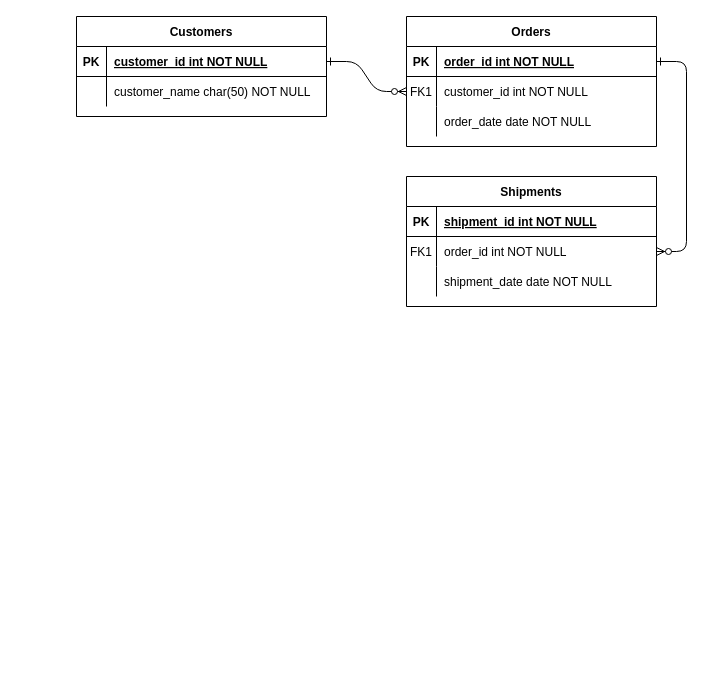
Earlier version of the draw.io diagram Database Table.drawio (MarioClaudius/akur). Source tidied: cells renumbered, new cells numbered last; positions are measured from the earlier drawing's top-left corner, leaving out a move shared by most shapes. Both pictures are drawn from the tidied source at 100%, with x=0, y=0 at pixel (76, 16).
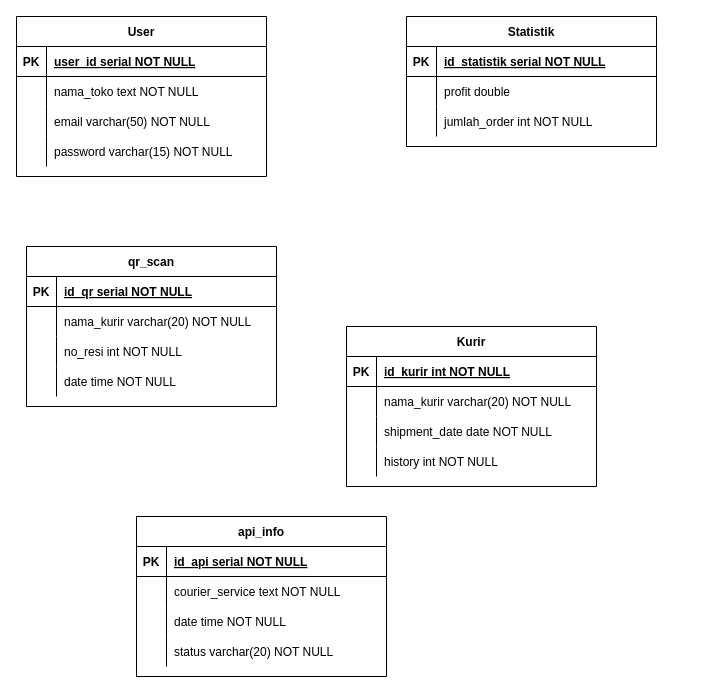
The same diagram, later.

The change refers to these unchanged cells:
```xml
<mxCell id="5" style="shape=partialRectangle;fillColor=none;points=[[0,0.5],[1,0.5]];portConstraint=eastwest;top=0;left=0;right=0;bottom=1;" parent="4" vertex="1">
  <mxGeometry y="30" width="250" height="30" as="geometry" />
</mxCell>
<mxCell id="8" style="shape=partialRectangle;fillColor=none;points=[[0,0.5],[1,0.5]];portConstraint=eastwest;top=0;left=0;right=0;bottom=0;" parent="4" vertex="1">
  <mxGeometry y="60" width="250" height="30" as="geometry" />
</mxCell>
<mxCell id="11" style="shape=partialRectangle;fillColor=none;top=0;left=0;right=0;bottom=0;" parent="4" vertex="1">
  <mxGeometry y="90" width="250" height="30" as="geometry" />
</mxCell>
<mxCell id="15" style="shape=partialRectangle;fillColor=none;top=0;left=0;right=0;bottom=1;" parent="14" vertex="1">
  <mxGeometry y="30" width="250" height="30" as="geometry" />
</mxCell>
<mxCell id="18" style="shape=partialRectangle;fillColor=none;points=[[0,0.5],[1,0.5]];portConstraint=eastwest;top=0;left=0;right=0;bottom=0;" parent="14" vertex="1">
  <mxGeometry y="60" width="250" height="30" as="geometry" />
</mxCell>
<mxCell id="25" style="shape=partialRectangle;fillColor=none;points=[[0,0.5],[1,0.5]];portConstraint=eastwest;top=0;left=0;right=0;bottom=1;" parent="24" vertex="1">
  <mxGeometry y="30" width="250" height="30" as="geometry" />
</mxCell>
<mxCell id="28" style="shape=partialRectangle;fillColor=none;top=0;left=0;right=0;bottom=0;" parent="24" vertex="1">
  <mxGeometry y="60" width="250" height="30" as="geometry" />
</mxCell>
```

Change to the diagram source:
```diff
@@
-    <mxCell id="2" style="edgeStyle=entityRelationEdgeStyle;endArrow=ERzeroToMany;startArrow=ERone;endFill=1;startFill=0;" parent="1" edge="1" source="25" target="8">
-      <mxGeometry relative="1" as="geometry" />
-    </mxCell>
-    <mxCell id="3" style="edgeStyle=entityRelationEdgeStyle;endArrow=ERzeroToMany;startArrow=ERone;endFill=1;startFill=0;" parent="1" edge="1" source="5" target="18">
-      <mxGeometry relative="1" as="geometry" />
-    </mxCell>
-    <mxCell id="4" value="Orders" style="shape=table;startSize=30;childLayout=tableLayout;rowLines=0;fontStyle=1;align=center;" parent="1" vertex="1">
+    <mxCell id="4" value="Statistik" style="shape=table;startSize=30;childLayout=tableLayout;rowLines=0;fontStyle=1;align=center;" parent="1" vertex="1">
       <mxGeometry x="330" width="250" height="130" as="geometry" />
     </mxCell>
@@
-    <mxCell id="7" value="order_id int NOT NULL " style="shape=partialRectangle;overflow=hidden;fillColor=none;top=0;left=0;bottom=0;right=0;align=left;spacingLeft=6;fontStyle=5;" parent="5" vertex="1">
+    <mxCell id="7" value="id_statistik serial NOT NULL " style="shape=partialRectangle;overflow=hidden;fillColor=none;top=0;left=0;bottom=0;right=0;align=left;spacingLeft=6;fontStyle=5;" parent="5" vertex="1">
       <mxGeometry x="30" width="220" height="30" as="geometry" />
     </mxCell>
@@
-    <mxCell id="9" value="FK1" style="shape=partialRectangle;overflow=hidden;fillColor=none;top=0;left=0;bottom=0;right=0;" parent="8" vertex="1">
+    <mxCell id="9" style="shape=partialRectangle;overflow=hidden;fillColor=none;top=0;left=0;bottom=0;right=0;" parent="8" vertex="1">
       <mxGeometry width="30" height="30" as="geometry" />
     </mxCell>
-    <mxCell id="10" value="customer_id int NOT NULL" style="shape=partialRectangle;overflow=hidden;fillColor=none;top=0;left=0;bottom=0;right=0;align=left;spacingLeft=6;" parent="8" vertex="1">
+    <mxCell id="10" value="profit double" style="shape=partialRectangle;overflow=hidden;fillColor=none;top=0;left=0;bottom=0;right=0;align=left;spacingLeft=6;" parent="8" vertex="1">
       <mxGeometry x="30" width="220" height="30" as="geometry" />
     </mxCell>
@@
-    <mxCell id="13" value="order_date date NOT NULL" style="shape=partialRectangle;overflow=hidden;fillColor=none;top=0;left=0;bottom=0;right=0;align=left;spacingLeft=6;" parent="11" vertex="1">
+    <mxCell id="13" value="jumlah_order int NOT NULL" style="shape=partialRectangle;overflow=hidden;fillColor=none;top=0;left=0;bottom=0;right=0;align=left;spacingLeft=6;" parent="11" vertex="1">
       <mxGeometry x="30" width="220" height="30" as="geometry" />
     </mxCell>
-    <mxCell id="14" value="Shipments" style="shape=table;startSize=30;childLayout=tableLayout;rowLines=0;fontStyle=1;align=center;" parent="1" vertex="1">
-      <mxGeometry x="330" y="160" width="250" height="130" as="geometry" />
+    <mxCell id="14" value="Kurir" style="shape=table;startSize=30;childLayout=tableLayout;rowLines=0;fontStyle=1;align=center;" parent="1" vertex="1">
+      <mxGeometry x="270" y="310" width="250" height="160" as="geometry" />
     </mxCell>
@@
-    <mxCell id="17" value="shipment_id int NOT NULL " style="shape=partialRectangle;overflow=hidden;fillColor=none;top=0;left=0;bottom=0;right=0;align=left;spacingLeft=6;fontStyle=5;" parent="15" vertex="1">
+    <mxCell id="17" value="id_kurir int NOT NULL" style="shape=partialRectangle;overflow=hidden;fillColor=none;top=0;left=0;bottom=0;right=0;align=left;spacingLeft=6;fontStyle=5;" parent="15" vertex="1">
       <mxGeometry x="30" width="220" height="30" as="geometry" />
     </mxCell>
@@
-    <mxCell id="19" value="FK1" style="shape=partialRectangle;overflow=hidden;fillColor=none;top=0;left=0;bottom=0;right=0;" parent="18" vertex="1">
+    <mxCell id="19" style="shape=partialRectangle;overflow=hidden;fillColor=none;top=0;left=0;bottom=0;right=0;" parent="18" vertex="1">
       <mxGeometry width="30" height="30" as="geometry" />
     </mxCell>
-    <mxCell id="20" value="order_id int NOT NULL" style="shape=partialRectangle;overflow=hidden;fillColor=none;top=0;left=0;bottom=0;right=0;align=left;spacingLeft=6;" parent="18" vertex="1">
+    <mxCell id="20" value="nama_kurir varchar(20) NOT NULL" style="shape=partialRectangle;overflow=hidden;fillColor=none;top=0;left=0;bottom=0;right=0;align=left;spacingLeft=6;" parent="18" vertex="1">
       <mxGeometry x="30" width="220" height="30" as="geometry" />
     </mxCell>
@@
+    <mxCell id="31" style="shape=partialRectangle;fillColor=none;top=0;left=0;right=0;bottom=0;" parent="14" vertex="1">
+      <mxGeometry y="120" width="250" height="30" as="geometry" />
+    </mxCell>
+    <mxCell id="32" style="shape=partialRectangle;overflow=hidden;fillColor=none;top=0;left=0;bottom=0;right=0;" parent="31" vertex="1">
+      <mxGeometry width="30" height="30" as="geometry" />
+    </mxCell>
+    <mxCell id="33" value="history int NOT NULL" style="shape=partialRectangle;overflow=hidden;fillColor=none;top=0;left=0;bottom=0;right=0;align=left;spacingLeft=6;" parent="31" vertex="1">
+      <mxGeometry x="30" width="220" height="30" as="geometry" />
+    </mxCell>
-    <mxCell id="24" value="Customers" style="shape=table;startSize=30;childLayout=tableLayout;rowLines=0;fontStyle=1;align=center;" parent="1" vertex="1">
-      <mxGeometry width="250" height="100" as="geometry" />
+    <mxCell id="24" value="User" style="shape=table;startSize=30;childLayout=tableLayout;rowLines=0;fontStyle=1;align=center;" parent="1" vertex="1">
+      <mxGeometry x="-60" width="250" height="160" as="geometry" />
     </mxCell>
@@
-    <mxCell id="27" value="customer_id int NOT NULL " style="shape=partialRectangle;overflow=hidden;fillColor=none;top=0;left=0;bottom=0;right=0;align=left;spacingLeft=6;fontStyle=5;" parent="25" vertex="1">
+    <mxCell id="27" value="user_id serial NOT NULL " style="shape=partialRectangle;overflow=hidden;fillColor=none;top=0;left=0;bottom=0;right=0;align=left;spacingLeft=6;fontStyle=5;" parent="25" vertex="1">
       <mxGeometry x="30" width="220" height="30" as="geometry" />
     </mxCell>
@@
-    <mxCell id="30" value="customer_name char(50) NOT NULL" style="shape=partialRectangle;overflow=hidden;fillColor=none;top=0;left=0;bottom=0;right=0;align=left;spacingLeft=6;" parent="28" vertex="1">
+    <mxCell id="30" value="nama_toko text NOT NULL" style="shape=partialRectangle;overflow=hidden;fillColor=none;top=0;left=0;bottom=0;right=0;align=left;spacingLeft=6;" parent="28" vertex="1">
       <mxGeometry x="30" width="220" height="30" as="geometry" />
     </mxCell>
+    <mxCell id="34" style="shape=partialRectangle;fillColor=none;top=0;left=0;right=0;bottom=0;" parent="24" vertex="1">
+      <mxGeometry y="90" width="250" height="30" as="geometry" />
+    </mxCell>
+    <mxCell id="35" style="shape=partialRectangle;overflow=hidden;fillColor=none;top=0;left=0;bottom=0;right=0;" parent="34" vertex="1">
+      <mxGeometry width="30" height="30" as="geometry" />
+    </mxCell>
+    <mxCell id="36" value="email varchar(50) NOT NULL" style="shape=partialRectangle;overflow=hidden;fillColor=none;top=0;left=0;bottom=0;right=0;align=left;spacingLeft=6;" parent="34" vertex="1">
+      <mxGeometry x="30" width="220" height="30" as="geometry" />
+    </mxCell>
+    <mxCell id="37" style="shape=partialRectangle;fillColor=none;top=0;left=0;right=0;bottom=0;" parent="24" vertex="1">
+      <mxGeometry y="120" width="250" height="30" as="geometry" />
+    </mxCell>
+    <mxCell id="38" style="shape=partialRectangle;overflow=hidden;fillColor=none;top=0;left=0;bottom=0;right=0;" parent="37" vertex="1">
+      <mxGeometry width="30" height="30" as="geometry" />
+    </mxCell>
+    <mxCell id="39" value="password varchar(15) NOT NULL" style="shape=partialRectangle;overflow=hidden;fillColor=none;top=0;left=0;bottom=0;right=0;align=left;spacingLeft=6;" parent="37" vertex="1">
+      <mxGeometry x="30" width="220" height="30" as="geometry" />
+    </mxCell>
+    <mxCell id="40" value="qr_scan" style="shape=table;startSize=30;childLayout=tableLayout;rowLines=0;fontStyle=1;align=center;" parent="1" vertex="1">
+      <mxGeometry x="-50" y="230" width="250" height="160" as="geometry" />
+    </mxCell>
+    <mxCell id="41" style="shape=partialRectangle;fillColor=none;top=0;left=0;right=0;bottom=1;" parent="40" vertex="1">
+      <mxGeometry y="30" width="250" height="30" as="geometry" />
+    </mxCell>
+    <mxCell id="42" value="PK" style="shape=partialRectangle;overflow=hidden;fillColor=none;top=0;left=0;bottom=0;right=0;fontStyle=1;" parent="41" vertex="1">
+      <mxGeometry width="30" height="30" as="geometry" />
+    </mxCell>
+    <mxCell id="43" value="id_qr serial NOT NULL " style="shape=partialRectangle;overflow=hidden;fillColor=none;top=0;left=0;bottom=0;right=0;align=left;spacingLeft=6;fontStyle=5;" parent="41" vertex="1">
+      <mxGeometry x="30" width="220" height="30" as="geometry" />
+    </mxCell>
+    <mxCell id="44" style="shape=partialRectangle;fillColor=none;top=0;left=0;right=0;bottom=0;" parent="40" vertex="1">
+      <mxGeometry y="60" width="250" height="30" as="geometry" />
+    </mxCell>
+    <mxCell id="45" style="shape=partialRectangle;overflow=hidden;fillColor=none;top=0;left=0;bottom=0;right=0;" parent="44" vertex="1">
+      <mxGeometry width="30" height="30" as="geometry" />
+    </mxCell>
+    <mxCell id="46" value="nama_kurir varchar(20) NOT NULL" style="shape=partialRectangle;overflow=hidden;fillColor=none;top=0;left=0;bottom=0;right=0;align=left;spacingLeft=6;" parent="44" vertex="1">
+      <mxGeometry x="30" width="220" height="30" as="geometry" />
+    </mxCell>
+    <mxCell id="47" style="shape=partialRectangle;fillColor=none;top=0;left=0;right=0;bottom=0;" parent="40" vertex="1">
+      <mxGeometry y="90" width="250" height="30" as="geometry" />
+    </mxCell>
+    <mxCell id="48" style="shape=partialRectangle;overflow=hidden;fillColor=none;top=0;left=0;bottom=0;right=0;" parent="47" vertex="1">
+      <mxGeometry width="30" height="30" as="geometry" />
+    </mxCell>
+    <mxCell id="49" value="no_resi int NOT NULL" style="shape=partialRectangle;overflow=hidden;fillColor=none;top=0;left=0;bottom=0;right=0;align=left;spacingLeft=6;" parent="47" vertex="1">
+      <mxGeometry x="30" width="220" height="30" as="geometry" />
+    </mxCell>
+    <mxCell id="50" style="shape=partialRectangle;fillColor=none;top=0;left=0;right=0;bottom=0;" parent="40" vertex="1">
+      <mxGeometry y="120" width="250" height="30" as="geometry" />
+    </mxCell>
+    <mxCell id="51" style="shape=partialRectangle;overflow=hidden;fillColor=none;top=0;left=0;bottom=0;right=0;" parent="50" vertex="1">
+      <mxGeometry width="30" height="30" as="geometry" />
+    </mxCell>
+    <mxCell id="52" value="date time NOT NULL" style="shape=partialRectangle;overflow=hidden;fillColor=none;top=0;left=0;bottom=0;right=0;align=left;spacingLeft=6;" parent="50" vertex="1">
+      <mxGeometry x="30" width="220" height="30" as="geometry" />
+    </mxCell>
+    <mxCell id="53" value="api_info" style="shape=table;startSize=30;childLayout=tableLayout;rowLines=0;fontStyle=1;align=center;" parent="1" vertex="1">
+      <mxGeometry x="60" y="500" width="250" height="160" as="geometry" />
+    </mxCell>
+    <mxCell id="54" style="shape=partialRectangle;fillColor=none;top=0;left=0;right=0;bottom=1;" parent="53" vertex="1">
+      <mxGeometry y="30" width="250" height="30" as="geometry" />
+    </mxCell>
+    <mxCell id="55" value="PK" style="shape=partialRectangle;overflow=hidden;fillColor=none;top=0;left=0;bottom=0;right=0;fontStyle=1;" parent="54" vertex="1">
+      <mxGeometry width="30" height="30" as="geometry" />
+    </mxCell>
+    <mxCell id="56" value="id_api serial NOT NULL " style="shape=partialRectangle;overflow=hidden;fillColor=none;top=0;left=0;bottom=0;right=0;align=left;spacingLeft=6;fontStyle=5;" parent="54" vertex="1">
+      <mxGeometry x="30" width="220" height="30" as="geometry" />
+    </mxCell>
+    <mxCell id="57" style="shape=partialRectangle;fillColor=none;top=0;left=0;right=0;bottom=0;" parent="53" vertex="1">
+      <mxGeometry y="60" width="250" height="30" as="geometry" />
+    </mxCell>
+    <mxCell id="58" style="shape=partialRectangle;overflow=hidden;fillColor=none;top=0;left=0;bottom=0;right=0;" parent="57" vertex="1">
+      <mxGeometry width="30" height="30" as="geometry" />
+    </mxCell>
+    <mxCell id="59" value="courier_service text NOT NULL" style="shape=partialRectangle;overflow=hidden;fillColor=none;top=0;left=0;bottom=0;right=0;align=left;spacingLeft=6;" parent="57" vertex="1">
+      <mxGeometry x="30" width="220" height="30" as="geometry" />
+    </mxCell>
+    <mxCell id="60" style="shape=partialRectangle;fillColor=none;top=0;left=0;right=0;bottom=0;" parent="53" vertex="1">
+      <mxGeometry y="90" width="250" height="30" as="geometry" />
+    </mxCell>
+    <mxCell id="61" style="shape=partialRectangle;overflow=hidden;fillColor=none;top=0;left=0;bottom=0;right=0;" parent="60" vertex="1">
+      <mxGeometry width="30" height="30" as="geometry" />
+    </mxCell>
+    <mxCell id="62" value="date time NOT NULL" style="shape=partialRectangle;overflow=hidden;fillColor=none;top=0;left=0;bottom=0;right=0;align=left;spacingLeft=6;" parent="60" vertex="1">
+      <mxGeometry x="30" width="220" height="30" as="geometry" />
+    </mxCell>
+    <mxCell id="63" style="shape=partialRectangle;fillColor=none;top=0;left=0;right=0;bottom=0;" parent="53" vertex="1">
+      <mxGeometry y="120" width="250" height="30" as="geometry" />
+    </mxCell>
+    <mxCell id="64" style="shape=partialRectangle;overflow=hidden;fillColor=none;top=0;left=0;bottom=0;right=0;" parent="63" vertex="1">
+      <mxGeometry width="30" height="30" as="geometry" />
+    </mxCell>
+    <mxCell id="65" value="status varchar(20) NOT NULL" style="shape=partialRectangle;overflow=hidden;fillColor=none;top=0;left=0;bottom=0;right=0;align=left;spacingLeft=6;" parent="63" vertex="1">
+      <mxGeometry x="30" width="220" height="30" as="geometry" />
+    </mxCell>
```
